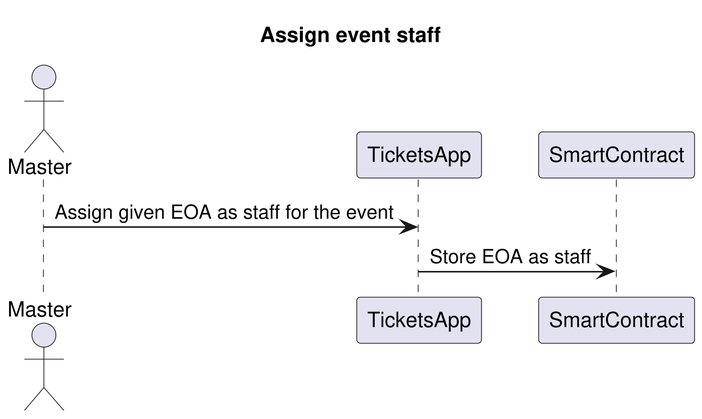
This is img/assign-event-staff.png from ai-shift/cyber-valley-tickets, a PlantUML export, as it was before one commit.
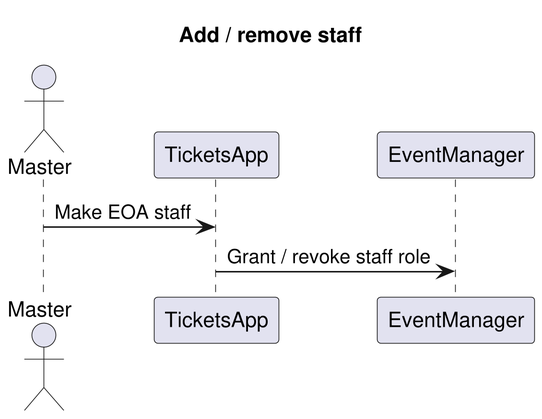
After the change.

Diff of the diagram source:
```diff
@@ -1,11 +1,11 @@
 @startuml
 skinparam Dpi 300
-title Assign event staff
+title Add / remove staff
 
 actor Master
 participant TicketsApp
-participant SmartContract
+participant EventManager
 
-Master -> TicketsApp: Assign given EOA as staff for the event
-TicketsApp -> SmartContract: Store EOA as staff
+Master -> TicketsApp: Make EOA staff
+TicketsApp -> EventManager: Grant / revoke staff role
 @enduml
```
